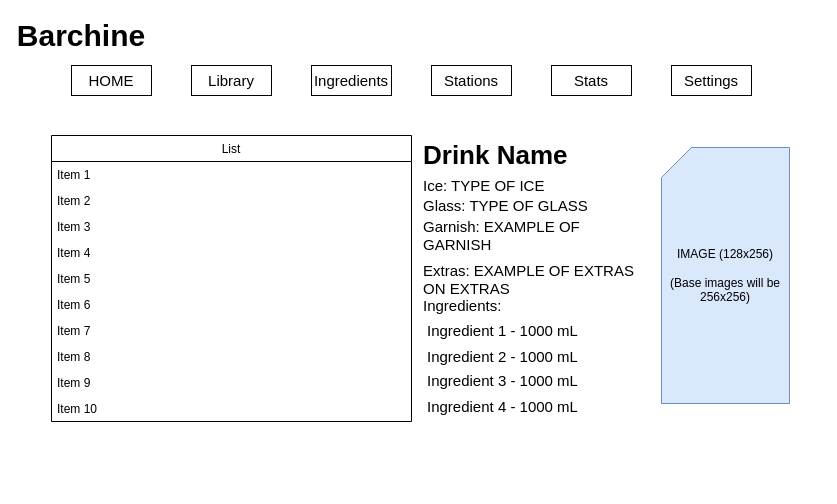
The draw.io diagram page "Home" (1 of 6) of Barchine Layouts.drawio in IcyMint/Barchine, before the edit. Source tidied: cells renumbered, new cells numbered last; positions are measured from the earlier drawing's top-left corner, leaving out a move shared by most shapes. Both pictures are drawn from the tidied source at 100%, with x=0, y=0 at pixel (51, 25).
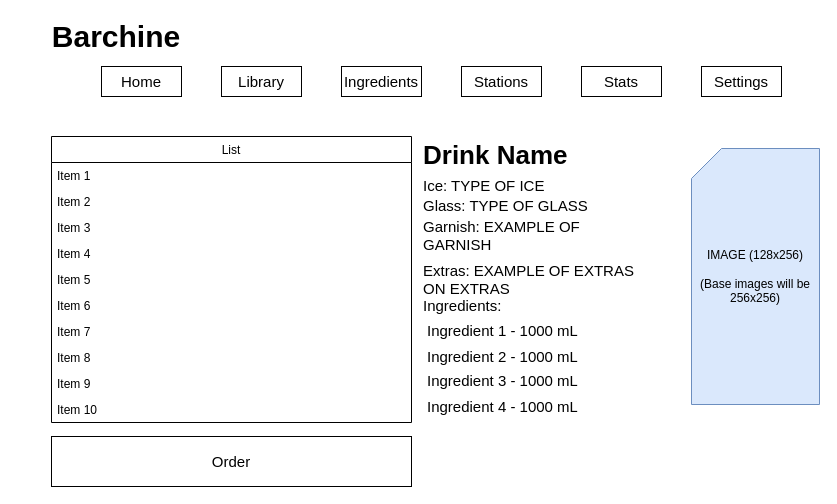
The same page after the edit.

The edit, as a diff of the source:
```diff
@@
     <mxCell id="2" value="&lt;font style=&quot;font-size: 30px&quot;&gt;&lt;b&gt;Barchine&lt;/b&gt;&lt;/font&gt;" style="text;html=1;strokeColor=none;fillColor=none;align=center;verticalAlign=middle;whiteSpace=wrap;rounded=0;" parent="1" vertex="1">
-      <mxGeometry x="10" width="40" height="20" as="geometry" />
+      <mxGeometry x="40" y="1" width="50" height="20" as="geometry" />
     </mxCell>
     <mxCell id="3" value="List" style="swimlane;fontStyle=0;horizontal=1;startSize=26;fillColor=none;swimlaneFillColor=none;align=center;" parent="1" vertex="1">
-      <mxGeometry y="110" width="360" height="286" as="geometry" />
+      <mxGeometry y="111" width="360" height="286" as="geometry" />
     </mxCell>
@@
-    <mxCell id="14" value="&lt;font style=&quot;font-size: 15px&quot;&gt;HOME&lt;/font&gt;" style="rounded=0;whiteSpace=wrap;html=1;fillColor=none;" parent="1" vertex="1">
-      <mxGeometry x="20" y="40" width="80" height="30" as="geometry" />
+    <mxCell id="14" value="&lt;font style=&quot;font-size: 15px&quot;&gt;Home&lt;/font&gt;" style="rounded=0;whiteSpace=wrap;html=1;fillColor=none;" parent="1" vertex="1">
+      <mxGeometry x="50" y="41" width="80" height="30" as="geometry" />
     </mxCell>
     <mxCell id="15" value="&lt;font style=&quot;font-size: 15px&quot;&gt;Library&lt;/font&gt;" style="rounded=0;whiteSpace=wrap;html=1;fillColor=none;" parent="1" vertex="1">
-      <mxGeometry x="140" y="40" width="80" height="30" as="geometry" />
+      <mxGeometry x="170" y="41" width="80" height="30" as="geometry" />
     </mxCell>
     <mxCell id="16" value="&lt;font style=&quot;font-size: 15px&quot;&gt;Ingredients&lt;/font&gt;" style="rounded=0;whiteSpace=wrap;html=1;fillColor=none;" parent="1" vertex="1">
-      <mxGeometry x="260" y="40" width="80" height="30" as="geometry" />
+      <mxGeometry x="290" y="41" width="80" height="30" as="geometry" />
     </mxCell>
     <mxCell id="17" value="&lt;font style=&quot;font-size: 15px&quot;&gt;Stations&lt;/font&gt;" style="rounded=0;whiteSpace=wrap;html=1;fillColor=none;" parent="1" vertex="1">
-      <mxGeometry x="380" y="40" width="80" height="30" as="geometry" />
+      <mxGeometry x="410" y="41" width="80" height="30" as="geometry" />
     </mxCell>
     <mxCell id="18" value="&lt;font style=&quot;font-size: 15px&quot;&gt;Stats&lt;/font&gt;" style="rounded=0;whiteSpace=wrap;html=1;fillColor=none;" parent="1" vertex="1">
-      <mxGeometry x="500" y="40" width="80" height="30" as="geometry" />
+      <mxGeometry x="530" y="41" width="80" height="30" as="geometry" />
     </mxCell>
     <mxCell id="19" value="&lt;font style=&quot;font-size: 15px&quot;&gt;Settings&lt;/font&gt;" style="rounded=0;whiteSpace=wrap;html=1;fillColor=none;" parent="1" vertex="1">
-      <mxGeometry x="620" y="40" width="80" height="30" as="geometry" />
+      <mxGeometry x="650" y="41" width="80" height="30" as="geometry" />
     </mxCell>
     <mxCell id="20" value="IMAGE (128x256)&lt;br&gt;&lt;br&gt;(Base images will be 256x256)" style="shape=card;whiteSpace=wrap;html=1;fillColor=#dae8fc;align=center;strokeColor=#6c8ebf;" parent="1" vertex="1">
-      <mxGeometry x="610" y="122" width="128" height="256" as="geometry" />
+      <mxGeometry x="640" y="123" width="128" height="256" as="geometry" />
     </mxCell>
@@
+    <mxCell id="31" value="&lt;font style=&quot;font-size: 15px&quot;&gt;Order&lt;/font&gt;" style="rounded=0;whiteSpace=wrap;html=1;fillColor=none;" parent="1" vertex="1">
+      <mxGeometry y="411" width="360" height="50" as="geometry" />
+    </mxCell>
```
